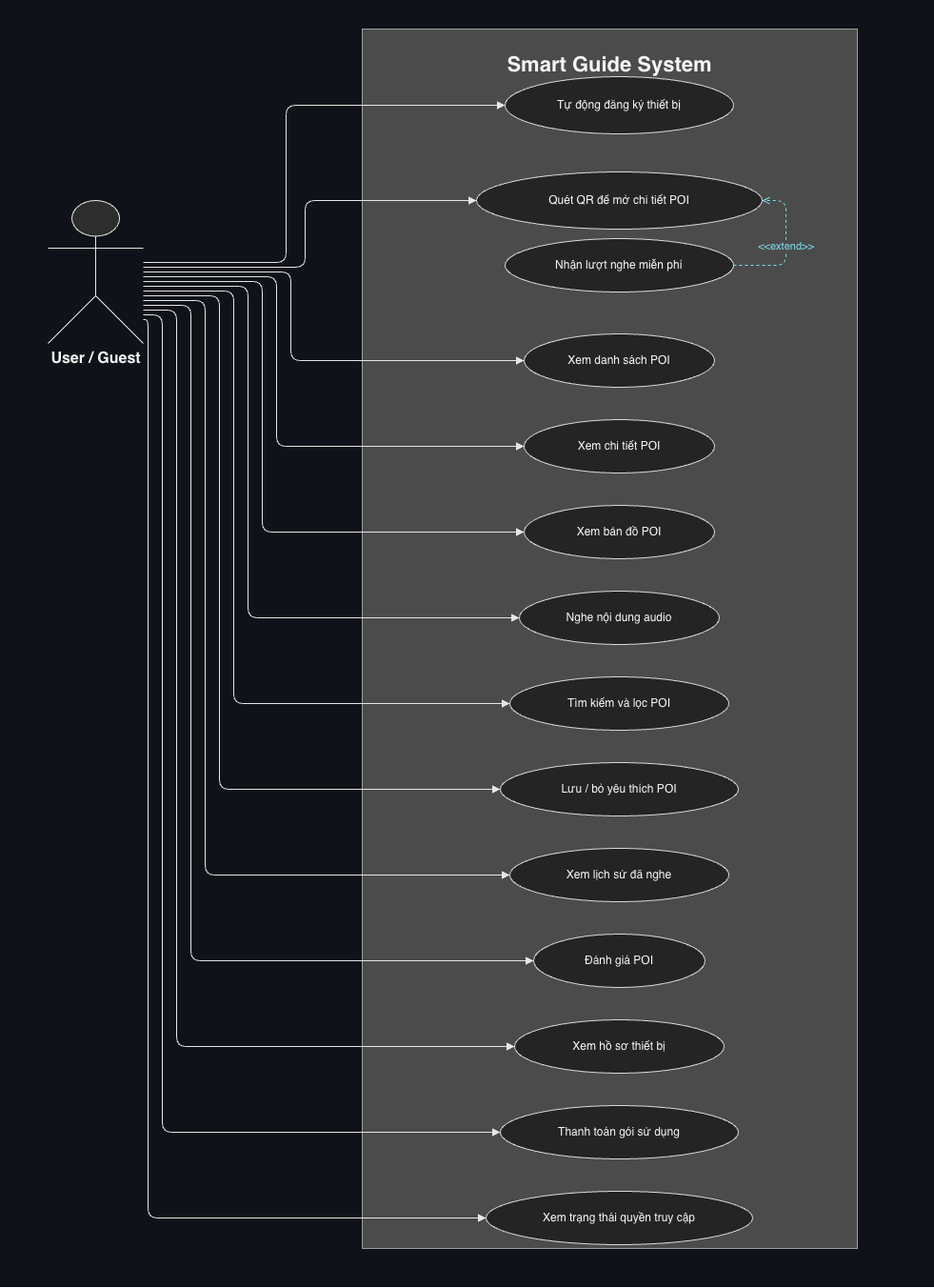
This is docs/images/usecase-user-guest-smart-guide.png from thaiquanghieu/smart-guide-system, a draw.io export, as it was before one commit. Source tidied: cells renumbered, new cells last; positions are measured from the earlier drawing's top-left corner, leaving out a move shared by most shapes.
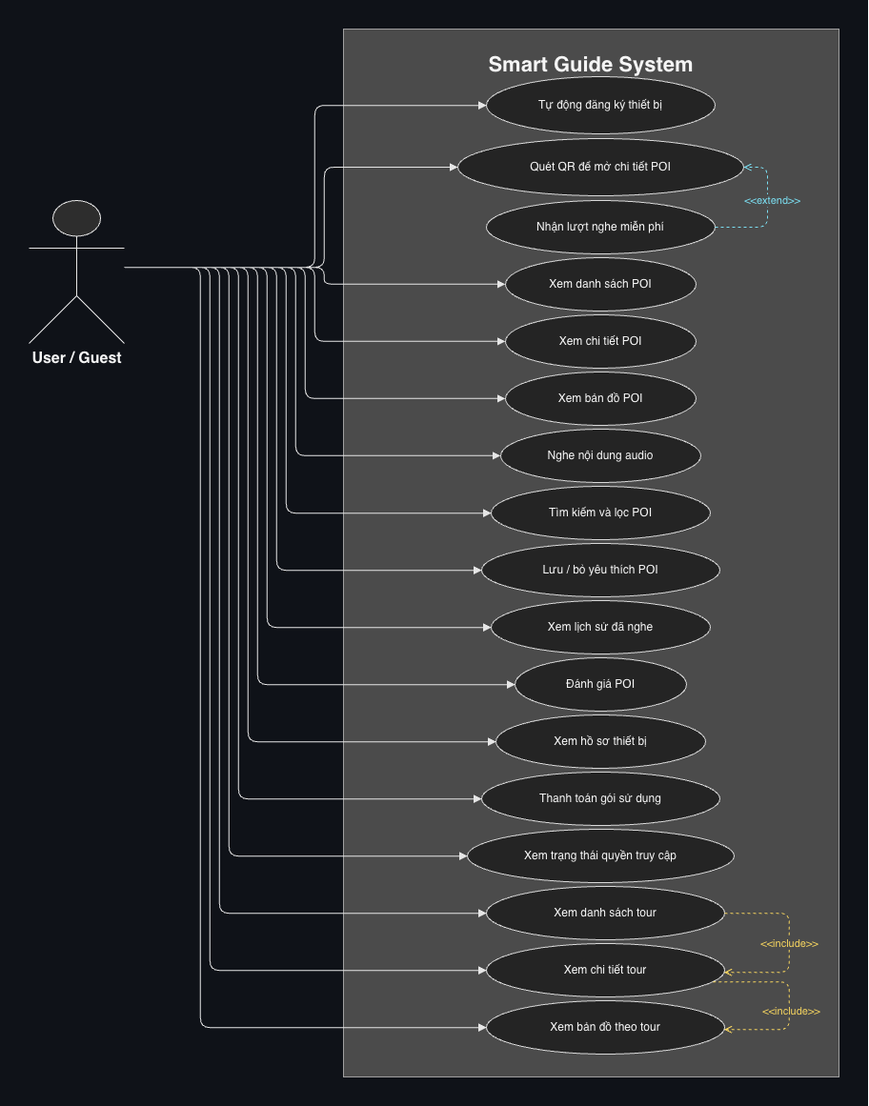
The same diagram one commit later.

What changed in the source:
```diff
@@ -3,10 +3,10 @@
     <mxCell id="0" />
     <mxCell id="1" parent="0" />
     <mxCell id="2" style="rounded=0;whiteSpace=wrap;html=1;fillColor=#0F1218;strokeColor=#0F1218;" parent="1" vertex="1">
-      <mxGeometry width="980" height="1350" as="geometry" />
+      <mxGeometry x="20" width="910" height="1160" as="geometry" />
     </mxCell>
     <mxCell id="3" value="&lt;font style=&quot;font-size:22px;&quot;&gt;&lt;b&gt;Smart Guide System&lt;/b&gt;&lt;/font&gt;" style="rounded=0;whiteSpace=wrap;html=1;fillColor=#4B4B4B;strokeColor=#A0A0A0;fontColor=#F5F5F5;align=center;verticalAlign=top;spacingTop=18;" parent="1" vertex="1">
-      <mxGeometry x="380" y="30" width="520" height="1280" as="geometry" />
+      <mxGeometry x="380" y="30" width="520" height="1100" as="geometry" />
     </mxCell>
     <mxCell id="4" value="&lt;font style=&quot;font-size:16px;&quot;&gt;&lt;b&gt;User / Guest&lt;/b&gt;&lt;/font&gt;" style="shape=umlActor;verticalLabelPosition=bottom;verticalAlign=top;html=1;outlineConnect=0;fillColor=#2D2D2D;strokeColor=#E6E6E6;fontColor=#F5F5F5;" parent="1" vertex="1">
       <mxGeometry x="50" y="210" width="100" height="150" as="geometry" />
@@ -15,144 +15,206 @@
       <mxGeometry x="530" y="80" width="240" height="60" as="geometry" />
     </mxCell>
     <mxCell id="6" value="Quét QR để mở chi tiết POI" style="ellipse;whiteSpace=wrap;html=1;fillColor=#242424;strokeColor=#D9D9D9;fontColor=#F5F5F5;" parent="1" vertex="1">
-      <mxGeometry x="500" y="180" width="300" height="60" as="geometry" />
+      <mxGeometry x="500" y="145" width="300" height="60" as="geometry" />
     </mxCell>
     <mxCell id="7" value="Nhận lượt nghe miễn phí" style="ellipse;whiteSpace=wrap;html=1;fillColor=#242424;strokeColor=#D9D9D9;fontColor=#F5F5F5;" parent="1" vertex="1">
-      <mxGeometry x="530" y="250" width="240" height="56" as="geometry" />
+      <mxGeometry x="530" y="210" width="240" height="56" as="geometry" />
     </mxCell>
     <mxCell id="8" value="Xem danh sách POI" style="ellipse;whiteSpace=wrap;html=1;fillColor=#242424;strokeColor=#D9D9D9;fontColor=#F5F5F5;" parent="1" vertex="1">
-      <mxGeometry x="550" y="350" width="200" height="56" as="geometry" />
+      <mxGeometry x="550" y="270" width="200" height="56" as="geometry" />
     </mxCell>
     <mxCell id="9" value="Xem chi tiết POI" style="ellipse;whiteSpace=wrap;html=1;fillColor=#242424;strokeColor=#D9D9D9;fontColor=#F5F5F5;" parent="1" vertex="1">
-      <mxGeometry x="550" y="440" width="200" height="56" as="geometry" />
+      <mxGeometry x="550" y="330" width="200" height="56" as="geometry" />
     </mxCell>
     <mxCell id="10" value="Xem bản đồ POI" style="ellipse;whiteSpace=wrap;html=1;fillColor=#242424;strokeColor=#D9D9D9;fontColor=#F5F5F5;" parent="1" vertex="1">
-      <mxGeometry x="550" y="530" width="200" height="56" as="geometry" />
+      <mxGeometry x="550" y="390" width="200" height="56" as="geometry" />
     </mxCell>
     <mxCell id="11" value="Nghe nội dung audio" style="ellipse;whiteSpace=wrap;html=1;fillColor=#242424;strokeColor=#D9D9D9;fontColor=#F5F5F5;" parent="1" vertex="1">
-      <mxGeometry x="545" y="620" width="210" height="56" as="geometry" />
+      <mxGeometry x="545" y="450" width="210" height="56" as="geometry" />
     </mxCell>
     <mxCell id="12" value="Tìm kiếm và lọc POI" style="ellipse;whiteSpace=wrap;html=1;fillColor=#242424;strokeColor=#D9D9D9;fontColor=#F5F5F5;" parent="1" vertex="1">
-      <mxGeometry x="535" y="710" width="230" height="56" as="geometry" />
+      <mxGeometry x="535" y="510" width="230" height="56" as="geometry" />
     </mxCell>
     <mxCell id="13" value="Lưu / bỏ yêu thích POI" style="ellipse;whiteSpace=wrap;html=1;fillColor=#242424;strokeColor=#D9D9D9;fontColor=#F5F5F5;" parent="1" vertex="1">
-      <mxGeometry x="525" y="800" width="250" height="56" as="geometry" />
+      <mxGeometry x="525" y="570" width="250" height="56" as="geometry" />
     </mxCell>
     <mxCell id="14" value="Xem lịch sử đã nghe" style="ellipse;whiteSpace=wrap;html=1;fillColor=#242424;strokeColor=#D9D9D9;fontColor=#F5F5F5;" parent="1" vertex="1">
-      <mxGeometry x="535" y="890" width="230" height="56" as="geometry" />
+      <mxGeometry x="535" y="630" width="230" height="56" as="geometry" />
     </mxCell>
     <mxCell id="15" value="Đánh giá POI" style="ellipse;whiteSpace=wrap;html=1;fillColor=#242424;strokeColor=#D9D9D9;fontColor=#F5F5F5;" parent="1" vertex="1">
-      <mxGeometry x="560" y="980" width="180" height="56" as="geometry" />
+      <mxGeometry x="560" y="690" width="180" height="56" as="geometry" />
     </mxCell>
     <mxCell id="16" value="Xem hồ sơ thiết bị" style="ellipse;whiteSpace=wrap;html=1;fillColor=#242424;strokeColor=#D9D9D9;fontColor=#F5F5F5;" parent="1" vertex="1">
-      <mxGeometry x="540" y="1070" width="220" height="56" as="geometry" />
+      <mxGeometry x="540" y="750" width="220" height="56" as="geometry" />
     </mxCell>
     <mxCell id="17" value="Thanh toán gói sử dụng" style="ellipse;whiteSpace=wrap;html=1;fillColor=#242424;strokeColor=#D9D9D9;fontColor=#F5F5F5;" parent="1" vertex="1">
-      <mxGeometry x="525" y="1160" width="250" height="56" as="geometry" />
+      <mxGeometry x="525" y="810" width="250" height="56" as="geometry" />
     </mxCell>
     <mxCell id="18" value="Xem trạng thái quyền truy cập" style="ellipse;whiteSpace=wrap;html=1;fillColor=#242424;strokeColor=#D9D9D9;fontColor=#F5F5F5;" parent="1" vertex="1">
-      <mxGeometry x="510" y="1250" width="280" height="56" as="geometry" />
+      <mxGeometry x="510" y="870" width="280" height="56" as="geometry" />
     </mxCell>
     <mxCell id="19" style="edgeStyle=orthogonalEdgeStyle;rounded=1;jettySize=auto;html=1;strokeColor=#E6E6E6;endArrow=block;endFill=1;" parent="1" edge="1" source="4" target="5">
       <mxGeometry relative="1" as="geometry">
         <Array as="points">
-          <mxPoint x="300" y="275" />
-          <mxPoint x="300" y="110" />
+          <mxPoint x="350" y="280" />
+          <mxPoint x="350" y="110" />
         </Array>
       </mxGeometry>
     </mxCell>
     <mxCell id="20" style="edgeStyle=orthogonalEdgeStyle;rounded=1;jettySize=auto;html=1;strokeColor=#E6E6E6;endArrow=block;endFill=1;" parent="1" edge="1" source="4" target="6">
       <mxGeometry relative="1" as="geometry">
         <Array as="points">
-          <mxPoint x="320" y="280" />
-          <mxPoint x="320" y="210" />
+          <mxPoint x="360" y="280" />
+          <mxPoint x="360" y="175" />
         </Array>
       </mxGeometry>
     </mxCell>
     <mxCell id="21" style="edgeStyle=orthogonalEdgeStyle;rounded=1;jettySize=auto;html=1;strokeColor=#E6E6E6;endArrow=block;endFill=1;" parent="1" edge="1" source="4" target="8">
       <mxGeometry relative="1" as="geometry">
         <Array as="points">
-          <mxPoint x="305" y="285" />
+          <mxPoint x="360" y="280" />
+          <mxPoint x="360" y="298" />
         </Array>
       </mxGeometry>
     </mxCell>
     <mxCell id="22" style="edgeStyle=orthogonalEdgeStyle;rounded=1;jettySize=auto;html=1;strokeColor=#E6E6E6;endArrow=block;endFill=1;" parent="1" edge="1" source="4" target="9">
       <mxGeometry relative="1" as="geometry">
         <Array as="points">
-          <mxPoint x="290" y="290" />
+          <mxPoint x="350" y="280" />
+          <mxPoint x="350" y="358" />
         </Array>
       </mxGeometry>
     </mxCell>
     <mxCell id="23" style="edgeStyle=orthogonalEdgeStyle;rounded=1;jettySize=auto;html=1;strokeColor=#E6E6E6;endArrow=block;endFill=1;" parent="1" edge="1" source="4" target="10">
       <mxGeometry relative="1" as="geometry">
         <Array as="points">
-          <mxPoint x="275" y="295" />
+          <mxPoint x="340" y="280" />
+          <mxPoint x="340" y="418" />
         </Array>
       </mxGeometry>
     </mxCell>
     <mxCell id="24" style="edgeStyle=orthogonalEdgeStyle;rounded=1;jettySize=auto;html=1;strokeColor=#E6E6E6;endArrow=block;endFill=1;" parent="1" edge="1" source="4" target="11">
       <mxGeometry relative="1" as="geometry">
         <Array as="points">
-          <mxPoint x="260" y="300" />
+          <mxPoint x="330" y="280" />
+          <mxPoint x="330" y="478" />
         </Array>
       </mxGeometry>
     </mxCell>
     <mxCell id="25" style="edgeStyle=orthogonalEdgeStyle;rounded=1;jettySize=auto;html=1;strokeColor=#E6E6E6;endArrow=block;endFill=1;" parent="1" edge="1" source="4" target="12">
       <mxGeometry relative="1" as="geometry">
         <Array as="points">
-          <mxPoint x="245" y="305" />
+          <mxPoint x="320" y="280" />
+          <mxPoint x="320" y="538" />
         </Array>
       </mxGeometry>
     </mxCell>
     <mxCell id="26" style="edgeStyle=orthogonalEdgeStyle;rounded=1;jettySize=auto;html=1;strokeColor=#E6E6E6;endArrow=block;endFill=1;" parent="1" edge="1" source="4" target="13">
       <mxGeometry relative="1" as="geometry">
         <Array as="points">
-          <mxPoint x="230" y="310" />
+          <mxPoint x="310" y="280" />
+          <mxPoint x="310" y="598" />
         </Array>
       </mxGeometry>
     </mxCell>
     <mxCell id="27" style="edgeStyle=orthogonalEdgeStyle;rounded=1;jettySize=auto;html=1;strokeColor=#E6E6E6;endArrow=block;endFill=1;" parent="1" edge="1" source="4" target="14">
       <mxGeometry relative="1" as="geometry">
         <Array as="points">
-          <mxPoint x="215" y="315" />
+          <mxPoint x="300" y="280" />
+          <mxPoint x="300" y="658" />
         </Array>
       </mxGeometry>
     </mxCell>
     <mxCell id="28" style="edgeStyle=orthogonalEdgeStyle;rounded=1;jettySize=auto;html=1;strokeColor=#E6E6E6;endArrow=block;endFill=1;" parent="1" edge="1" source="4" target="15">
       <mxGeometry relative="1" as="geometry">
         <Array as="points">
-          <mxPoint x="200" y="320" />
+          <mxPoint x="290" y="280" />
+          <mxPoint x="290" y="718" />
         </Array>
       </mxGeometry>
     </mxCell>
     <mxCell id="29" style="edgeStyle=orthogonalEdgeStyle;rounded=1;jettySize=auto;html=1;strokeColor=#E6E6E6;endArrow=block;endFill=1;" parent="1" edge="1" source="4" target="16">
       <mxGeometry relative="1" as="geometry">
         <Array as="points">
-          <mxPoint x="185" y="325" />
+          <mxPoint x="280" y="280" />
+          <mxPoint x="280" y="778" />
         </Array>
       </mxGeometry>
     </mxCell>
     <mxCell id="30" style="edgeStyle=orthogonalEdgeStyle;rounded=1;jettySize=auto;html=1;strokeColor=#E6E6E6;endArrow=block;endFill=1;" parent="1" edge="1" source="4" target="17">
       <mxGeometry relative="1" as="geometry">
         <Array as="points">
-          <mxPoint x="170" y="330" />
+          <mxPoint x="270" y="280" />
+          <mxPoint x="270" y="838" />
         </Array>
       </mxGeometry>
     </mxCell>
     <mxCell id="31" style="edgeStyle=orthogonalEdgeStyle;rounded=1;jettySize=auto;html=1;strokeColor=#E6E6E6;endArrow=block;endFill=1;" parent="1" edge="1" source="4" target="18">
       <mxGeometry relative="1" as="geometry">
         <Array as="points">
-          <mxPoint x="155" y="335" />
+          <mxPoint x="260" y="280" />
+          <mxPoint x="260" y="898" />
         </Array>
       </mxGeometry>
     </mxCell>
-    <mxCell id="32" value="&amp;lt;&amp;lt;extend&amp;gt;&amp;gt;" style="edgeStyle=orthogonalEdgeStyle;rounded=1;jettySize=auto;html=1;strokeColor=#7BDFF2;dashed=1;endArrow=open;endFill=0;fontColor=#7BDFF2;labelBackgroundColor=#4B4B4B;" parent="1" edge="1" source="7" target="6">
-      <mxGeometry relative="1" as="geometry">
+    <mxCell id="32" value="&amp;lt;&amp;lt;extend&amp;gt;&amp;gt;" style="edgeStyle=orthogonalEdgeStyle;rounded=1;jettySize=auto;html=1;strokeColor=#7BDFF2;dashed=1;endArrow=open;endFill=0;fontColor=#7BDFF2;labelBackgroundColor=#4B4B4B;" parent="1" edge="1">
+      <mxGeometry x="0.16" y="-5" relative="1" as="geometry">
+        <mxPoint x="770" y="238" as="sourcePoint" />
+        <mxPoint x="800" y="175" as="targetPoint" />
         <Array as="points">
-          <mxPoint x="825" y="278" />
-          <mxPoint x="825" y="210" />
+          <mxPoint x="825" y="238" />
+          <mxPoint x="825" y="175" />
         </Array>
       </mxGeometry>
     </mxCell>
+    <mxCell id="33" value="Xem danh sách tour" style="ellipse;whiteSpace=wrap;html=1;fillColor=#242424;strokeColor=#D9D9D9;fontColor=#F5F5F5;" parent="1" vertex="1">
+      <mxGeometry x="530" y="930" width="250" height="56" as="geometry" />
+    </mxCell>
+    <mxCell id="34" value="Xem chi tiết tour" style="ellipse;whiteSpace=wrap;html=1;fillColor=#242424;strokeColor=#D9D9D9;fontColor=#F5F5F5;" parent="1" vertex="1">
+      <mxGeometry x="530" y="990" width="250" height="56" as="geometry" />
+    </mxCell>
+    <mxCell id="35" value="Xem bản đồ theo tour" style="ellipse;whiteSpace=wrap;html=1;fillColor=#242424;strokeColor=#D9D9D9;fontColor=#F5F5F5;" parent="1" vertex="1">
+      <mxGeometry x="530" y="1050" width="250" height="56" as="geometry" />
+    </mxCell>
+    <mxCell id="36" value="&amp;lt;&amp;lt;include&amp;gt;&amp;gt;" style="edgeStyle=orthogonalEdgeStyle;rounded=1;jettySize=auto;html=1;strokeColor=#F4D35E;dashed=1;endArrow=open;endFill=0;fontColor=#F4D35E;labelBackgroundColor=#4B4B4B;" parent="1" edge="1" source="33" target="34">
+      <mxGeometry relative="1" as="geometry">
+        <Array as="points">
+          <mxPoint x="848" y="958" />
+          <mxPoint x="848" y="1020" />
+        </Array>
+      </mxGeometry>
+    </mxCell>
+    <mxCell id="37" value="&amp;lt;&amp;lt;include&amp;gt;&amp;gt;" style="edgeStyle=orthogonalEdgeStyle;rounded=1;jettySize=auto;html=1;strokeColor=#F4D35E;dashed=1;endArrow=open;endFill=0;fontColor=#F4D35E;labelBackgroundColor=#4B4B4B;" parent="1" edge="1" source="34" target="35">
+      <mxGeometry x="0.11" y="2" relative="1" as="geometry">
+        <Array as="points">
+          <mxPoint x="848" y="1030" />
+          <mxPoint x="848" y="1080" />
+        </Array>
+      </mxGeometry>
+    </mxCell>
+    <mxCell id="38" style="edgeStyle=orthogonalEdgeStyle;rounded=1;jettySize=auto;html=1;strokeColor=#E6E6E6;endArrow=block;endFill=1;" parent="1" edge="1" source="4" target="33">
+      <mxGeometry relative="1" as="geometry">
+        <Array as="points">
+          <mxPoint x="250" y="280" />
+          <mxPoint x="250" y="958" />
+        </Array>
+      </mxGeometry>
+    </mxCell>
+    <mxCell id="39" style="edgeStyle=orthogonalEdgeStyle;rounded=1;jettySize=auto;html=1;strokeColor=#E6E6E6;endArrow=block;endFill=1;" parent="1" edge="1" source="4" target="34">
+      <mxGeometry relative="1" as="geometry">
+        <Array as="points">
+          <mxPoint x="240" y="280" />
+          <mxPoint x="240" y="1018" />
+        </Array>
+      </mxGeometry>
+    </mxCell>
+    <mxCell id="40" style="edgeStyle=orthogonalEdgeStyle;rounded=1;jettySize=auto;html=1;strokeColor=#E6E6E6;endArrow=block;endFill=1;" parent="1" edge="1" source="4" target="35">
+      <mxGeometry relative="1" as="geometry">
+        <Array as="points">
+          <mxPoint x="230" y="280" />
+          <mxPoint x="230" y="1078" />
+        </Array>
+      </mxGeometry>
+    </mxCell>
   </root>
 </mxGraphModel>
```
